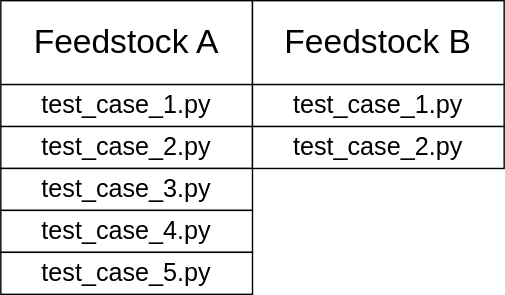
Above: docs/assets/integration-tests/scenarios-definition-1-dark.svg in regro/cf-scripts (draw.io), before the change. Source tidied: cells renumbered, new cells last; positions are measured from the earlier drawing's top-left corner, leaving out a move shared by most shapes.
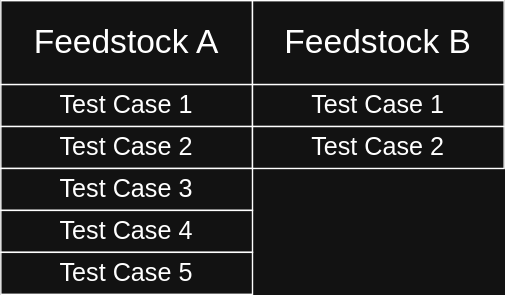
The same file after the commit.

Diff of the diagram source:
```diff
@@ -8,25 +8,25 @@
     <mxCell id="3" value="&lt;font style=&quot;font-size: 24px;&quot; face=&quot;Helvetica&quot;&gt;Feedstock B&lt;/font&gt;" style="rounded=0;whiteSpace=wrap;html=1;" parent="1" vertex="1">
       <mxGeometry x="180" width="180" height="60" as="geometry" />
     </mxCell>
-    <mxCell id="4" value="&lt;font style=&quot;font-size: 18px;&quot; face=&quot;Helvetica&quot;&gt;test_case_1.py&lt;/font&gt;" style="rounded=0;whiteSpace=wrap;html=1;" parent="1" vertex="1">
+    <mxCell id="4" value="&lt;font style=&quot;font-size: 18px;&quot; face=&quot;Helvetica&quot;&gt;Test Case 1&lt;/font&gt;" style="rounded=0;whiteSpace=wrap;html=1;" parent="1" vertex="1">
       <mxGeometry y="60" width="180" height="30" as="geometry" />
     </mxCell>
-    <mxCell id="5" value="&lt;font style=&quot;font-size: 18px;&quot; face=&quot;Helvetica&quot;&gt;test_case_2.py&lt;/font&gt;" style="rounded=0;whiteSpace=wrap;html=1;" parent="1" vertex="1">
+    <mxCell id="5" value="&lt;font style=&quot;font-size: 18px;&quot; face=&quot;Helvetica&quot;&gt;Test Case 2&lt;/font&gt;" style="rounded=0;whiteSpace=wrap;html=1;" parent="1" vertex="1">
       <mxGeometry y="90" width="180" height="30" as="geometry" />
     </mxCell>
-    <mxCell id="6" value="&lt;font style=&quot;font-size: 18px;&quot; face=&quot;Helvetica&quot;&gt;test_case_3.py&lt;/font&gt;" style="rounded=0;whiteSpace=wrap;html=1;" parent="1" vertex="1">
+    <mxCell id="6" value="&lt;font style=&quot;font-size: 18px;&quot; face=&quot;Helvetica&quot;&gt;Test Case 3&lt;/font&gt;" style="rounded=0;whiteSpace=wrap;html=1;" parent="1" vertex="1">
       <mxGeometry y="120" width="180" height="30" as="geometry" />
     </mxCell>
-    <mxCell id="7" value="&lt;font style=&quot;font-size: 18px;&quot; face=&quot;Helvetica&quot;&gt;test_case_1.py&lt;/font&gt;" style="rounded=0;whiteSpace=wrap;html=1;" parent="1" vertex="1">
+    <mxCell id="7" value="&lt;font style=&quot;font-size: 18px;&quot; face=&quot;Helvetica&quot;&gt;Test Case 1&lt;/font&gt;" style="rounded=0;whiteSpace=wrap;html=1;" parent="1" vertex="1">
       <mxGeometry x="180" y="60" width="180" height="30" as="geometry" />
     </mxCell>
-    <mxCell id="8" value="&lt;font style=&quot;font-size: 18px;&quot; face=&quot;Helvetica&quot;&gt;test_case_2.py&lt;/font&gt;" style="rounded=0;whiteSpace=wrap;html=1;" parent="1" vertex="1">
+    <mxCell id="8" value="&lt;font style=&quot;font-size: 18px;&quot; face=&quot;Helvetica&quot;&gt;Test Case 2&lt;/font&gt;" style="rounded=0;whiteSpace=wrap;html=1;" parent="1" vertex="1">
       <mxGeometry x="180" y="90" width="180" height="30" as="geometry" />
     </mxCell>
-    <mxCell id="9" value="&lt;font style=&quot;font-size: 18px;&quot; face=&quot;Helvetica&quot;&gt;test_case_4.py&lt;/font&gt;" style="rounded=0;whiteSpace=wrap;html=1;" parent="1" vertex="1">
+    <mxCell id="9" value="&lt;font style=&quot;font-size: 18px;&quot; face=&quot;Helvetica&quot;&gt;Test Case 4&lt;/font&gt;" style="rounded=0;whiteSpace=wrap;html=1;" parent="1" vertex="1">
       <mxGeometry y="150" width="180" height="30" as="geometry" />
     </mxCell>
-    <mxCell id="10" value="&lt;font style=&quot;font-size: 18px;&quot; face=&quot;Helvetica&quot;&gt;test_case_5.py&lt;/font&gt;" style="rounded=0;whiteSpace=wrap;html=1;" parent="1" vertex="1">
+    <mxCell id="10" value="&lt;font style=&quot;font-size: 18px;&quot; face=&quot;Helvetica&quot;&gt;Test Case 5&lt;/font&gt;" style="rounded=0;whiteSpace=wrap;html=1;" parent="1" vertex="1">
       <mxGeometry y="180" width="180" height="30" as="geometry" />
     </mxCell>
   </root>
```
